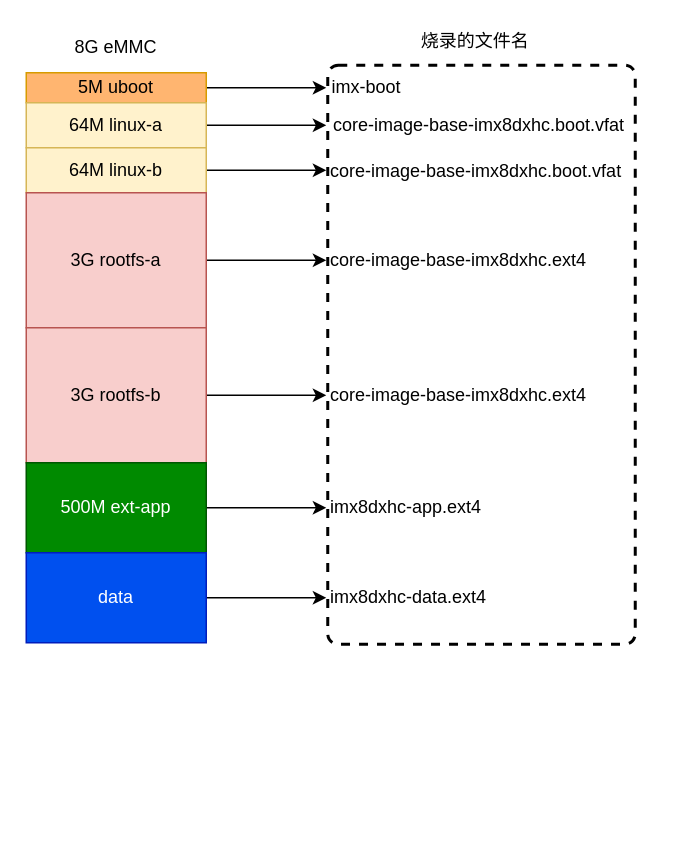
This is emmc-map-v2x.drawio from zugelii/learnstructure, a draw.io file, before an edit. Source tidied: cells renumbered, new cells numbered last; positions are measured from the earlier drawing's top-left corner, leaving out a move shared by most shapes. Both pictures are drawn from the tidied source at 150%, with x=0, y=0 at pixel (26, 26).
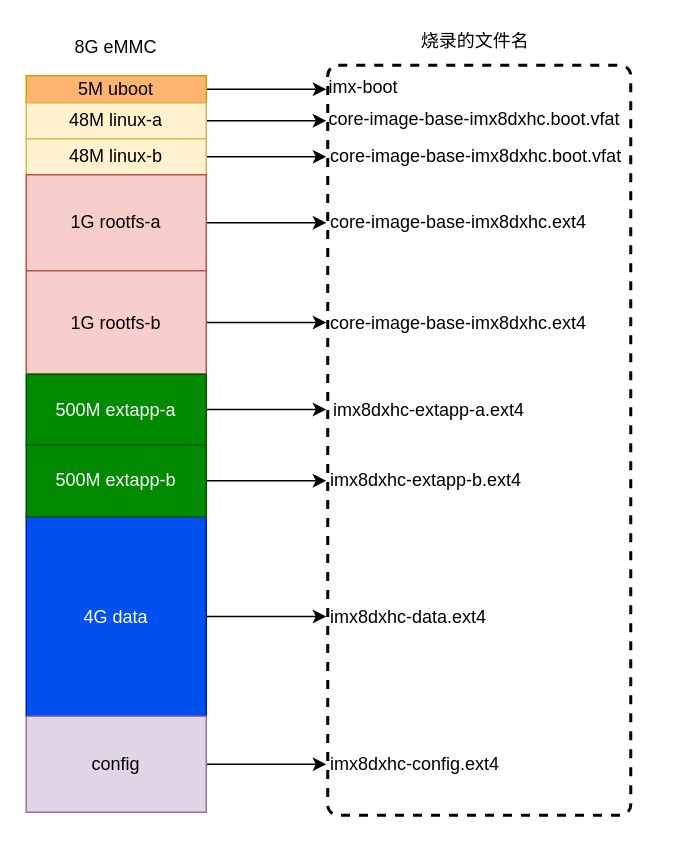
After the change.

The edit, as a diff of the source:
```diff
@@
     <mxCell id="2" style="rounded=1;whiteSpace=wrap;html=1;absoluteArcSize=1;arcSize=14;strokeWidth=2;dashed=1;" parent="1" vertex="1">
-      <mxGeometry x="201" y="26" width="205" height="386" as="geometry" />
+      <mxGeometry x="201" y="26" width="202" height="500" as="geometry" />
     </mxCell>
-    <mxCell id="3" style="edgeStyle=orthogonalEdgeStyle;rounded=0;jettySize=auto;html=1;" parent="1" edge="1" source="4">
-      <mxGeometry relative="1" as="geometry">
-        <mxPoint x="200" y="41" as="targetPoint" />
-      </mxGeometry>
-    </mxCell>
+    <mxCell id="26" style="edgeStyle=orthogonalEdgeStyle;rounded=0;jettySize=auto;html=1;" parent="1" edge="1" source="4">
+      <mxGeometry relative="1" as="geometry">
+        <mxPoint x="200" y="42" as="targetPoint" />
+      </mxGeometry>
+    </mxCell>
     <mxCell id="4" value="5M uboot" style="rounded=0;whiteSpace=wrap;html=1;strokeColor=#d79b00;fillColor=#FFB570;" parent="1" vertex="1">
-      <mxGeometry y="31" width="120" height="20" as="geometry" />
+      <mxGeometry y="33" width="120" height="18" as="geometry" />
     </mxCell>
-    <mxCell id="5" style="edgeStyle=orthogonalEdgeStyle;rounded=0;jettySize=auto;html=1;" parent="1" edge="1" source="6">
-      <mxGeometry relative="1" as="geometry">
-        <mxPoint x="200" y="66" as="targetPoint" />
-      </mxGeometry>
-    </mxCell>
+    <mxCell id="27" style="edgeStyle=orthogonalEdgeStyle;rounded=0;jettySize=auto;html=1;" parent="1" edge="1" source="6">
+      <mxGeometry relative="1" as="geometry">
+        <mxPoint x="200" y="63" as="targetPoint" />
+      </mxGeometry>
+    </mxCell>
-    <mxCell id="6" value="64M linux-a" style="rounded=0;whiteSpace=wrap;html=1;fillColor=#fff2cc;strokeColor=#d6b656;" parent="1" vertex="1">
-      <mxGeometry y="51" width="120" height="30" as="geometry" />
+    <mxCell id="6" value="48M linux-a" style="rounded=0;whiteSpace=wrap;html=1;fillColor=#fff2cc;strokeColor=#d6b656;" parent="1" vertex="1">
+      <mxGeometry y="51" width="120" height="24" as="geometry" />
     </mxCell>
-    <mxCell id="7" style="edgeStyle=orthogonalEdgeStyle;rounded=0;jettySize=auto;html=1;" parent="1" edge="1" source="8">
-      <mxGeometry relative="1" as="geometry">
-        <mxPoint x="200" y="96" as="targetPoint" />
-      </mxGeometry>
-    </mxCell>
+    <mxCell id="28" style="edgeStyle=orthogonalEdgeStyle;rounded=0;jettySize=auto;html=1;" parent="1" edge="1" source="8">
+      <mxGeometry relative="1" as="geometry">
+        <mxPoint x="200" y="87" as="targetPoint" />
+      </mxGeometry>
+    </mxCell>
-    <mxCell id="8" value="64M linux-b" style="rounded=0;whiteSpace=wrap;html=1;fillColor=#fff2cc;strokeColor=#d6b656;" parent="1" vertex="1">
-      <mxGeometry y="81" width="120" height="30" as="geometry" />
+    <mxCell id="8" value="48M linux-b" style="rounded=0;whiteSpace=wrap;html=1;fillColor=#fff2cc;strokeColor=#d6b656;" parent="1" vertex="1">
+      <mxGeometry y="75" width="120" height="24" as="geometry" />
     </mxCell>
-    <mxCell id="9" style="edgeStyle=orthogonalEdgeStyle;rounded=0;jettySize=auto;html=1;" parent="1" edge="1" source="10">
-      <mxGeometry relative="1" as="geometry">
-        <mxPoint x="200" y="156" as="targetPoint" />
-      </mxGeometry>
-    </mxCell>
+    <mxCell id="29" style="edgeStyle=orthogonalEdgeStyle;rounded=0;jettySize=auto;html=1;" parent="1" edge="1" source="10">
+      <mxGeometry relative="1" as="geometry">
+        <mxPoint x="200" y="131" as="targetPoint" />
+      </mxGeometry>
+    </mxCell>
-    <mxCell id="10" value="3G rootfs-a" style="rounded=0;whiteSpace=wrap;html=1;fillColor=#f8cecc;strokeColor=#b85450;" parent="1" vertex="1">
-      <mxGeometry y="111" width="120" height="90" as="geometry" />
+    <mxCell id="10" value="1G rootfs-a" style="rounded=0;whiteSpace=wrap;html=1;fillColor=#f8cecc;strokeColor=#b85450;" parent="1" vertex="1">
+      <mxGeometry y="99" width="120" height="64" as="geometry" />
     </mxCell>
-    <mxCell id="11" style="edgeStyle=orthogonalEdgeStyle;rounded=0;jettySize=auto;html=1;" parent="1" edge="1" source="12">
-      <mxGeometry relative="1" as="geometry">
-        <mxPoint x="200" y="246" as="targetPoint" />
-      </mxGeometry>
-    </mxCell>
+    <mxCell id="30" style="edgeStyle=orthogonalEdgeStyle;rounded=0;jettySize=auto;html=1;" parent="1" edge="1" source="12">
+      <mxGeometry relative="1" as="geometry">
+        <mxPoint x="200" y="197.5" as="targetPoint" />
+      </mxGeometry>
+    </mxCell>
-    <mxCell id="12" value="3G rootfs-b" style="rounded=0;whiteSpace=wrap;html=1;fillColor=#f8cecc;strokeColor=#b85450;" parent="1" vertex="1">
-      <mxGeometry y="201" width="120" height="90" as="geometry" />
+    <mxCell id="12" value="1G rootfs-b" style="rounded=0;whiteSpace=wrap;html=1;fillColor=#f8cecc;strokeColor=#b85450;" parent="1" vertex="1">
+      <mxGeometry y="163" width="120" height="69" as="geometry" />
     </mxCell>
-    <mxCell id="13" style="edgeStyle=orthogonalEdgeStyle;rounded=0;jettySize=auto;html=1;" parent="1" edge="1" source="14">
-      <mxGeometry relative="1" as="geometry">
-        <mxPoint x="200" y="321" as="targetPoint" />
-      </mxGeometry>
-    </mxCell>
+    <mxCell id="31" style="edgeStyle=orthogonalEdgeStyle;rounded=0;jettySize=auto;html=1;" parent="1" edge="1" source="14">
+      <mxGeometry relative="1" as="geometry">
+        <mxPoint x="200" y="255.5" as="targetPoint" />
+      </mxGeometry>
+    </mxCell>
-    <mxCell id="14" value="500M ext-app" style="rounded=0;whiteSpace=wrap;html=1;fillColor=#008a00;strokeColor=#005700;fontColor=#ffffff;" parent="1" vertex="1">
-      <mxGeometry y="291" width="120" height="60" as="geometry" />
+    <mxCell id="14" value="500M extapp-a" style="rounded=0;whiteSpace=wrap;html=1;fillColor=#008a00;strokeColor=#005700;fontColor=#ffffff;" parent="1" vertex="1">
+      <mxGeometry y="232" width="120" height="47" as="geometry" />
     </mxCell>
-    <mxCell id="15" style="edgeStyle=orthogonalEdgeStyle;rounded=0;jettySize=auto;html=1;" parent="1" edge="1" source="16">
-      <mxGeometry relative="1" as="geometry">
-        <mxPoint x="200" y="381" as="targetPoint" />
-      </mxGeometry>
-    </mxCell>
+    <mxCell id="32" style="edgeStyle=orthogonalEdgeStyle;rounded=0;jettySize=auto;html=1;" parent="1" edge="1" source="16">
+      <mxGeometry relative="1" as="geometry">
+        <mxPoint x="200" y="393.5" as="targetPoint" />
+      </mxGeometry>
+    </mxCell>
-    <mxCell id="16" value="data" style="rounded=0;whiteSpace=wrap;html=1;fillColor=#0050ef;strokeColor=#001DBC;fontColor=#ffffff;" parent="1" vertex="1">
-      <mxGeometry y="351" width="120" height="60" as="geometry" />
+    <mxCell id="16" value="4G data" style="rounded=0;whiteSpace=wrap;html=1;fillColor=#0050ef;strokeColor=#001DBC;fontColor=#ffffff;" parent="1" vertex="1">
+      <mxGeometry y="327" width="120" height="133" as="geometry" />
     </mxCell>
@@
     <mxCell id="18" value="imx-boot" style="text;html=1;strokeColor=none;fillColor=none;align=center;verticalAlign=middle;whiteSpace=wrap;rounded=0;" parent="1" vertex="1">
-      <mxGeometry x="201" y="31" width="52" height="20" as="geometry" />
+      <mxGeometry x="199" y="31" width="52" height="20" as="geometry" />
     </mxCell>
     <mxCell id="19" value="core-image-base-imx8dxhc.boot.vfat" style="text;html=1;strokeColor=none;fillColor=none;align=center;verticalAlign=middle;whiteSpace=wrap;rounded=0;" parent="1" vertex="1">
-      <mxGeometry x="193" y="56" width="218" height="20" as="geometry" />
+      <mxGeometry x="190" y="52" width="218" height="20" as="geometry" />
     </mxCell>
     <mxCell id="20" value="core-image-base-imx8dxhc.boot.vfat" style="text;whiteSpace=wrap;html=1;" parent="1" vertex="1">
-      <mxGeometry x="201" y="83" width="214" height="28" as="geometry" />
+      <mxGeometry x="201" y="73" width="214" height="28" as="geometry" />
     </mxCell>
     <mxCell id="21" value="core-image-base-imx8dxhc.ext4" style="text;whiteSpace=wrap;html=1;" parent="1" vertex="1">
-      <mxGeometry x="201" y="142" width="190" height="28" as="geometry" />
+      <mxGeometry x="201" y="117" width="190" height="28" as="geometry" />
     </mxCell>
     <mxCell id="22" value="core-image-base-imx8dxhc.ext4" style="text;whiteSpace=wrap;html=1;" parent="1" vertex="1">
-      <mxGeometry x="201" y="232" width="190" height="28" as="geometry" />
+      <mxGeometry x="201" y="183.5" width="190" height="28" as="geometry" />
     </mxCell>
-    <mxCell id="23" value="imx8dxhc-app.ext4" style="text;whiteSpace=wrap;html=1;" parent="1" vertex="1">
-      <mxGeometry x="201" y="307" width="121" height="28" as="geometry" />
+    <mxCell id="23" value="imx8dxhc-extapp-a.ext4" style="text;whiteSpace=wrap;html=1;" parent="1" vertex="1">
+      <mxGeometry x="202.5" y="241.5" width="135.5" height="28" as="geometry" />
     </mxCell>
     <mxCell id="24" value="imx8dxhc-data.ext4" style="text;whiteSpace=wrap;html=1;" parent="1" vertex="1">
-      <mxGeometry x="201" y="367" width="124" height="28" as="geometry" />
+      <mxGeometry x="201" y="379.5" width="124" height="28" as="geometry" />
     </mxCell>
@@
+    <mxCell id="33" style="edgeStyle=orthogonalEdgeStyle;rounded=0;jettySize=auto;html=1;" parent="1" edge="1" source="34">
+      <mxGeometry relative="1" as="geometry">
+        <mxPoint x="200" y="492" as="targetPoint" />
+      </mxGeometry>
+    </mxCell>
+    <mxCell id="34" value="config" style="rounded=0;whiteSpace=wrap;html=1;fillColor=#e1d5e7;strokeColor=#9673a6;" parent="1" vertex="1">
+      <mxGeometry y="460" width="120" height="64" as="geometry" />
+    </mxCell>
+    <mxCell id="35" style="edgeStyle=orthogonalEdgeStyle;rounded=0;jettySize=auto;html=1;" parent="1" edge="1" source="36">
+      <mxGeometry relative="1" as="geometry">
+        <mxPoint x="200" y="303" as="targetPoint" />
+      </mxGeometry>
+    </mxCell>
+    <mxCell id="36" value="500M extapp-b" style="rounded=0;whiteSpace=wrap;html=1;fillColor=#008a00;strokeColor=#005700;fontColor=#ffffff;" parent="1" vertex="1">
+      <mxGeometry y="279" width="120" height="48" as="geometry" />
+    </mxCell>
+    <mxCell id="37" value="imx8dxhc-extapp-b.ext4" style="text;whiteSpace=wrap;html=1;" parent="1" vertex="1">
+      <mxGeometry x="201" y="289" width="142" height="28" as="geometry" />
+    </mxCell>
+    <mxCell id="38" value="imx8dxhc-config.ext4" style="text;whiteSpace=wrap;html=1;" parent="1" vertex="1">
+      <mxGeometry x="201" y="478" width="124" height="28" as="geometry" />
+    </mxCell>
```
